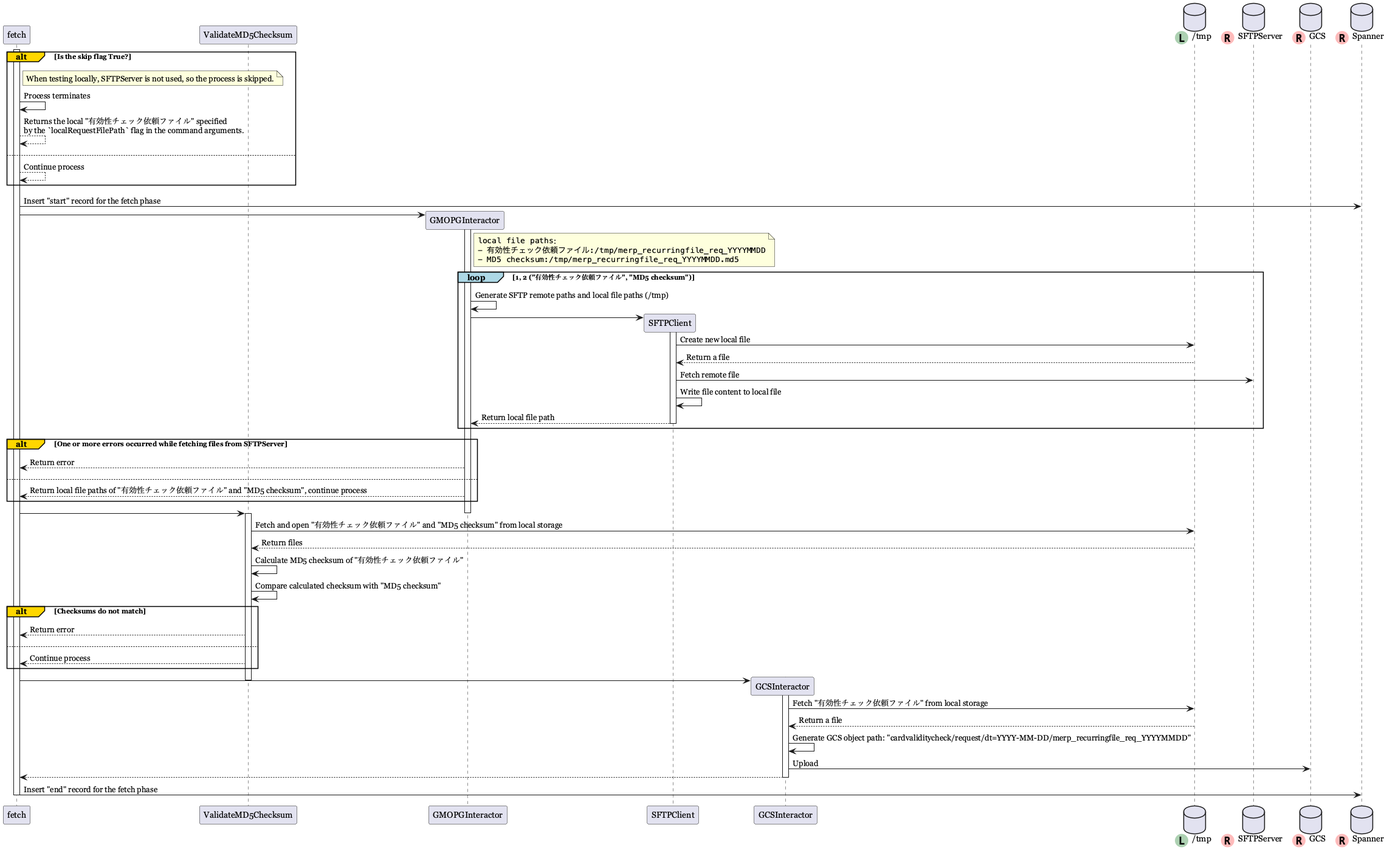
Above: en_download_files_from_gmopg-sftp.png in norun9/uml (PlantUML), before the change.
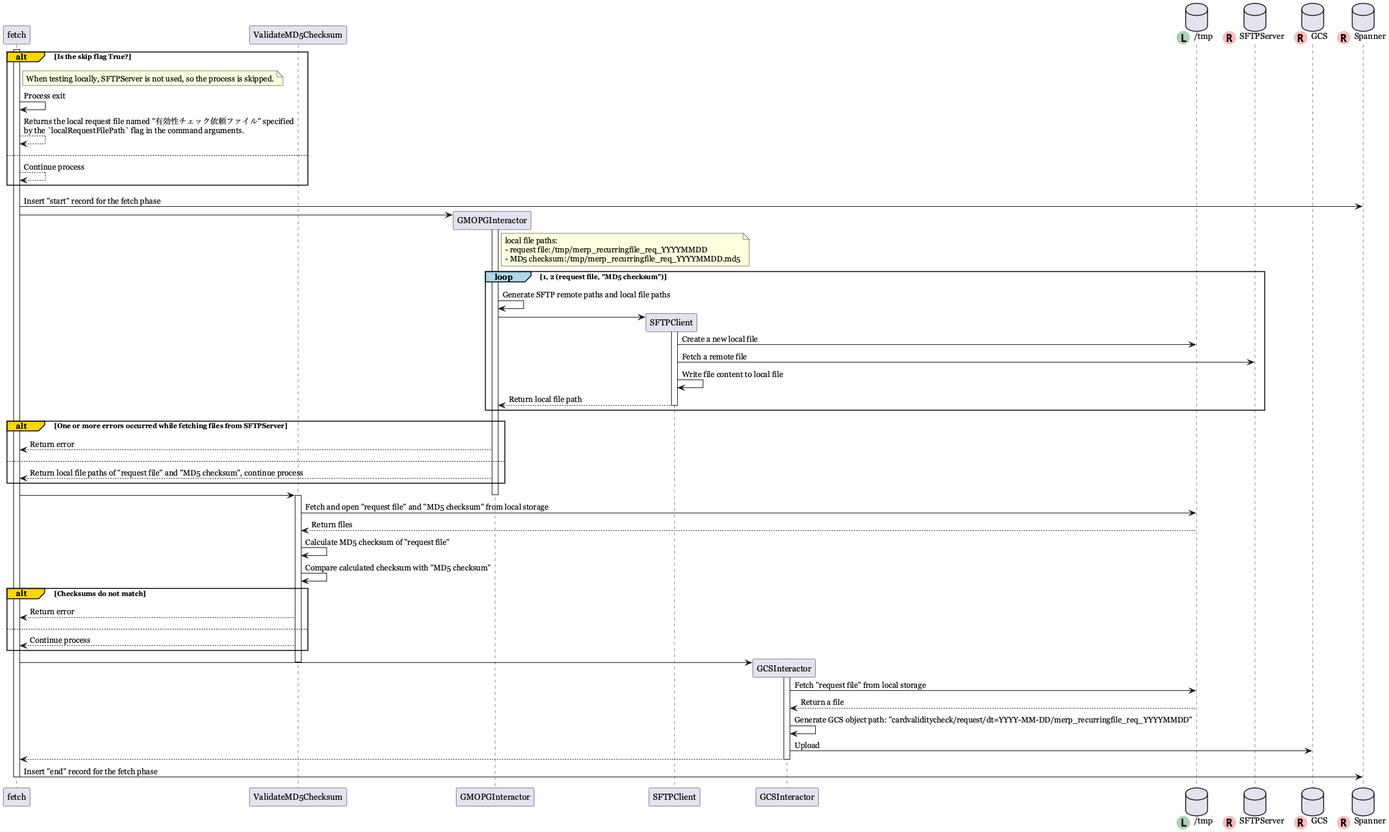
The same file after the commit.

The edit, as a diff of the source:
```diff
@@ -13,8 +13,8 @@
 activate fetch
 alt#Gold Is the skip flag True?
     note right of fetch: When testing locally, SFTPServer is not used, so the process is skipped.
-    fetch -> fetch: Process terminates
-    return Returns the local "有効性チェック依頼ファイル" specified\nby the `localRequestFilePath` flag in the command arguments.
+    fetch -> fetch: Process exit
+    return Returns the local request file named "有効性チェック依頼ファイル" specified\nby the `localRequestFilePath` flag in the command arguments.
 else
     fetch --> fetch: Continue process
 end
@@ -23,15 +23,14 @@
 fetch -> GMOPGInteractor
 
 activate GMOPGInteractor
-note right of GMOPGInteractor: ""local file paths"":\n""- 有効性チェック依頼ファイル:/tmp/merp_recurringfile_req_YYYYMMDD""\n""- MD5 checksum:/tmp/merp_recurringfile_req_YYYYMMDD.md5""
-loop#LightBlue 1, 2 ("有効性チェック依頼ファイル", "MD5 checksum")
-    GMOPGInteractor -> GMOPGInteractor: Generate SFTP remote paths and local file paths (/tmp)
+note right of GMOPGInteractor: local file paths:\n- request file:/tmp/merp_recurringfile_req_YYYYMMDD\n- MD5 checksum:/tmp/merp_recurringfile_req_YYYYMMDD.md5
+loop#LightBlue 1, 2 (request file, "MD5 checksum")
+    GMOPGInteractor -> GMOPGInteractor: Generate SFTP remote paths and local file paths
     create SFTPClient
     GMOPGInteractor -> SFTPClient
     activate SFTPClient
-    SFTPClient -> tmp: Create new local file
-    tmp --> SFTPClient: Return a file
-    SFTPClient -> SFTPServer: Fetch remote file
+    SFTPClient -> tmp: Create a new local file
+    SFTPClient -> SFTPServer: Fetch a remote file
     SFTPClient -> SFTPClient: Write file content to local file
     return Return local file path
     deactivate SFTPClient
@@ -39,7 +38,7 @@
 alt#Gold One or more errors occurred while fetching files from SFTPServer
     GMOPGInteractor --> fetch: Return error
 else
-    GMOPGInteractor --> fetch: Return local file paths of "有効性チェック依頼ファイル" and "MD5 checksum", continue process
+    GMOPGInteractor --> fetch: Return local file paths of "request file" and "MD5 checksum", continue process
 end
 deactivate GMOPGInteractor
 
@@ -47,9 +46,9 @@
 !pragma teoz true
 box "Validity Check Request File Corruption Check"
     activate ValidateMD5Checksum
-    ValidateMD5Checksum -> tmp: Fetch and open "有効性チェック依頼ファイル" and "MD5 checksum" from local storage
+    ValidateMD5Checksum -> tmp: Fetch and open "request file" and "MD5 checksum" from local storage
     tmp --> ValidateMD5Checksum: Return files
-    ValidateMD5Checksum -> ValidateMD5Checksum: Calculate MD5 checksum of "有効性チェック依頼ファイル"
+    ValidateMD5Checksum -> ValidateMD5Checksum: Calculate MD5 checksum of "request file"
     ValidateMD5Checksum -> ValidateMD5Checksum: Compare calculated checksum with "MD5 checksum"
 end box
 alt#Gold Checksums do not match
@@ -62,7 +61,7 @@
 create GCSInteractor
 fetch -> GCSInteractor
 activate GCSInteractor
-GCSInteractor -> tmp: Fetch "有効性チェック依頼ファイル" from local storage
+GCSInteractor -> tmp: Fetch "request file" from local storage
 tmp --> GCSInteractor: Return a file
 GCSInteractor -> GCSInteractor: Generate GCS object path: "cardvaliditycheck/request/dt=YYYY-MM-DD/merp_recurringfile_req_YYYYMMDD"
 GCSInteractor -> GCS: Upload
```
